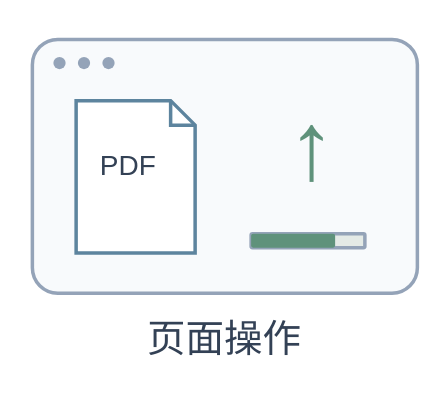
This is assets/components/browser.drawio from henry867/drawio-visuals-skill, a draw.io file, before an edit. Source tidied: cells renumbered, new cells numbered last; positions are measured from the earlier drawing's top-left corner, leaving out a move shared by most shapes. Both pictures are drawn from the tidied source at 175%, with x=0, y=0 at pixel (32, 30).
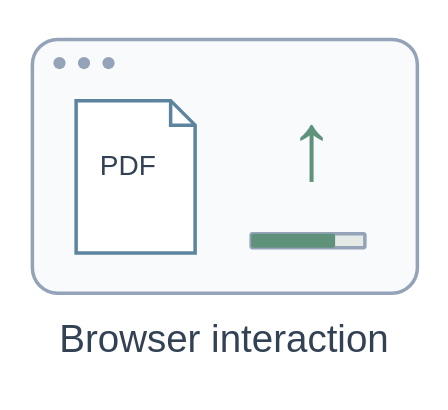
After the change.

The edit, as a diff of the source:
```diff
@@
 <mxGraphModel background="#FFFFFF">
   <root>
     <mxCell id="0" />
     <mxCell id="1" parent="0" />
     <mxCell id="2" style="group;" parent="1" vertex="1">
       <mxGeometry width="220" height="200" as="geometry" />
     </mxCell>
     <mxCell id="3" style="html=1;whiteSpace=wrap;fontFamily=Helvetica;fontSize=20;fontColor=#334155;rounded=1;arcSize=10;fillColor=#F8FAFC;strokeColor=#94A3B8;strokeWidth=2;" parent="2" vertex="1">
       <mxGeometry y="5" width="220" height="145" as="geometry" />
     </mxCell>
     <mxCell id="4" style="html=1;whiteSpace=wrap;fontFamily=Helvetica;fontSize=20;fontColor=#334155;ellipse;fillColor=#94A3B8;strokeColor=none;" parent="3" vertex="1">
       <mxGeometry x="12" y="10" width="7" height="7" as="geometry" />
     </mxCell>
     <mxCell id="5" style="html=1;whiteSpace=wrap;fontFamily=Helvetica;fontSize=20;fontColor=#334155;ellipse;fillColor=#94A3B8;strokeColor=none;" parent="3" vertex="1">
       <mxGeometry x="26" y="10" width="7" height="7" as="geometry" />
     </mxCell>
     <mxCell id="6" style="html=1;whiteSpace=wrap;fontFamily=Helvetica;fontSize=20;fontColor=#334155;ellipse;fillColor=#94A3B8;strokeColor=none;" parent="3" vertex="1">
       <mxGeometry x="40" y="10" width="7" height="7" as="geometry" />
     </mxCell>
     <mxCell id="7" style="html=1;whiteSpace=wrap;fontFamily=Helvetica;fontSize=20;fontColor=#334155;shape=note;size=14;fillColor=#FFFFFF;strokeColor=#5D849E;strokeWidth=2;" parent="3" vertex="1">
       <mxGeometry x="25" y="35" width="68" height="87" as="geometry" />
     </mxCell>
     <mxCell id="8" value="PDF" style="html=1;whiteSpace=wrap;fontFamily=Helvetica;fontSize=20;fontColor=#334155;text;fillColor=none;strokeColor=none;align=center;verticalAlign=middle;fontSize=16;fontColor=#334155;" parent="7" vertex="1">
       <mxGeometry x="5" y="25" width="50" height="24" as="geometry" />
     </mxCell>
     <mxCell id="9" value="↑" style="html=1;whiteSpace=wrap;fontFamily=Helvetica;fontSize=20;fontColor=#334155;text;fillColor=none;strokeColor=none;align=center;verticalAlign=middle;fontSize=55;fontColor=#5F927B;" parent="3" vertex="1">
       <mxGeometry x="125" y="25" width="70" height="70" as="geometry" />
     </mxCell>
     <mxCell id="10" style="html=1;whiteSpace=wrap;fontFamily=Helvetica;fontSize=20;fontColor=#334155;rounded=1;arcSize=10;fillColor=#E4EAE6;strokeColor=#94A3B8;strokeWidth=2;" parent="3" vertex="1">
       <mxGeometry x="125" y="111" width="65" height="8" as="geometry" />
     </mxCell>
     <mxCell id="11" style="html=1;whiteSpace=wrap;fontFamily=Helvetica;fontSize=20;fontColor=#334155;rounded=1;fillColor=#5F927B;strokeColor=none;" parent="10" vertex="1">
       <mxGeometry width="48" height="8" as="geometry" />
     </mxCell>
-    <mxCell id="12" value="页面操作" style="html=1;whiteSpace=wrap;fontFamily=Helvetica;fontSize=20;fontColor=#334155;text;fillColor=none;strokeColor=none;align=center;verticalAlign=middle;fontSize=22;fontColor=#334155;" parent="2" vertex="1">
+    <mxCell id="12" value="Browser interaction" style="html=1;whiteSpace=wrap;fontFamily=Helvetica;fontSize=20;fontColor=#334155;text;fillColor=none;strokeColor=none;align=center;verticalAlign=middle;fontSize=22;fontColor=#334155;" parent="2" vertex="1">
       <mxGeometry y="161" width="220" height="32" as="geometry" />
     </mxCell>
   </root>
 </mxGraphModel>
```
